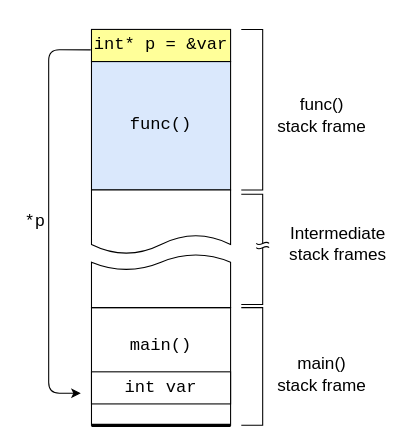
Before: Pointers/diagrams/stack_deref.drawio in z-adams/Tutorials, a draw.io diagram. Source tidied: cells renumbered, new cells numbered last; positions are measured from the earlier drawing's top-left corner, leaving out a move shared by most shapes. Both pictures are drawn from the tidied source at 107%, with x=0, y=0 at pixel (18, 29).
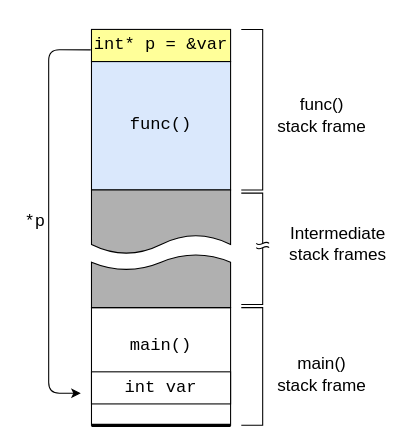
After the change.

Change to the diagram source:
```diff
@@
-    <mxCell id="13" style="shape=document;whiteSpace=wrap;html=1;boundedLbl=1;fontSize=16;" parent="1" vertex="1">
+    <mxCell id="13" style="shape=document;whiteSpace=wrap;html=1;boundedLbl=1;fontSize=16;fillColor=#B0B0B0;" parent="1" vertex="1">
       <mxGeometry x="68" y="150" width="130" height="60" as="geometry" />
     </mxCell>
-    <mxCell id="14" style="shape=document;whiteSpace=wrap;html=1;boundedLbl=1;fontSize=16;rotation=-180;" parent="1" vertex="1">
+    <mxCell id="14" style="shape=document;whiteSpace=wrap;html=1;boundedLbl=1;fontSize=16;rotation=-180;fillColor=#B0B0B0;" parent="1" vertex="1">
       <mxGeometry x="68" y="210" width="130" height="50" as="geometry" />
     </mxCell>
     <mxCell id="15" style="endArrow=none;html=1;strokeWidth=1;fontSize=16;rounded=0;" parent="1" edge="1">
       <mxGeometry relative="1" as="geometry">
         <mxPoint x="228" y="190" as="sourcePoint" />
-        <mxPoint x="208" y="154" as="targetPoint" />
+        <mxPoint x="208" y="153" as="targetPoint" />
         <Array as="points">
           <mxPoint x="228" y="200" />
           <mxPoint x="228" y="190" />
-          <mxPoint x="228" y="154" />
+          <mxPoint x="228" y="153" />
         </Array>
       </mxGeometry>
     </mxCell>
```
